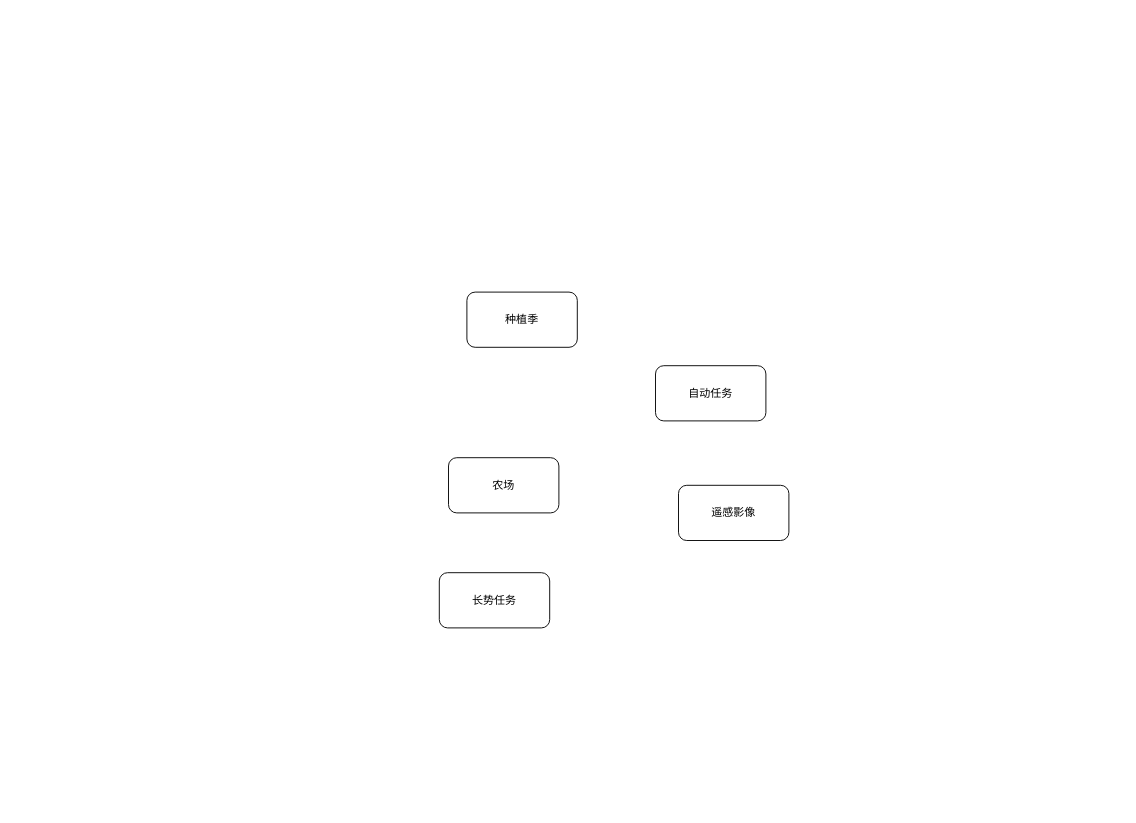
The draw.io diagram 数据库关系.drawio in RK-JD/DrawIO, before the edit. Source tidied: cells renumbered, new cells numbered last; positions are measured from the earlier drawing's top-left corner, leaving out a move shared by most shapes. Both pictures are drawn from the tidied source at 92%, with x=0, y=0 at pixel (439, 292).
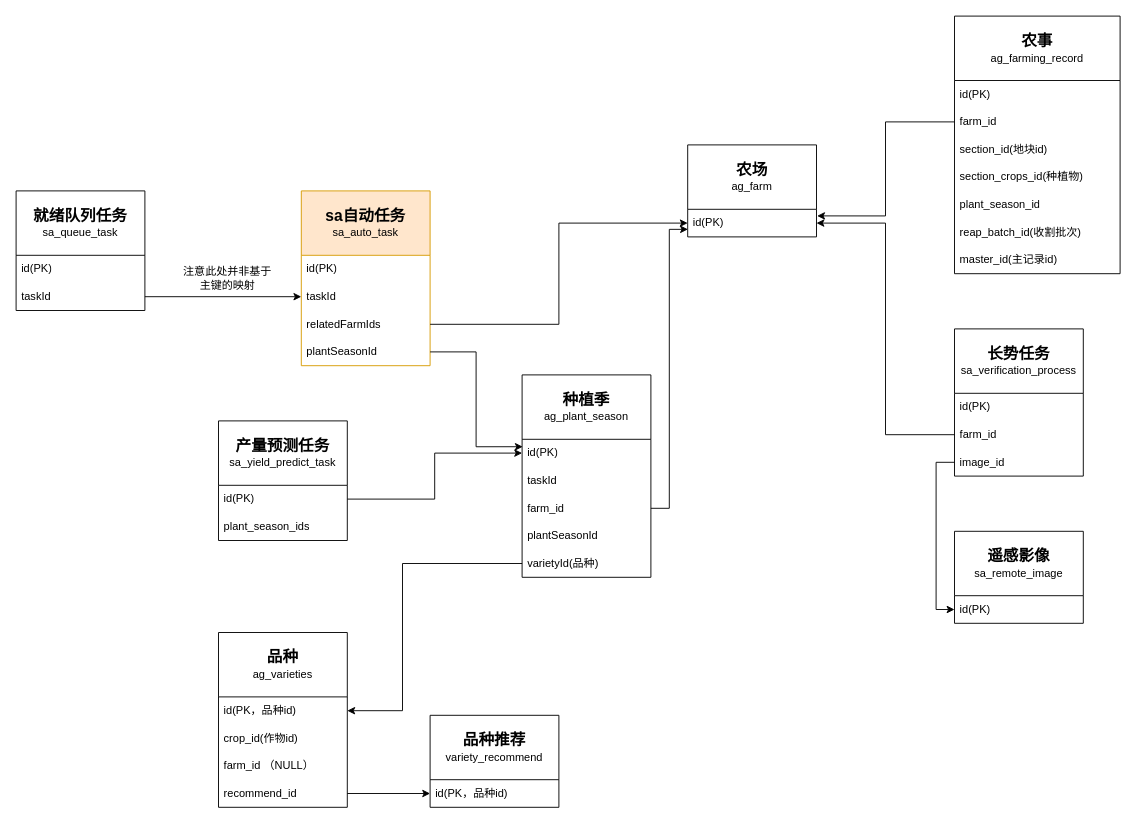
The same page after the edit.

Commit message:
更新数据库关系.drawio

What changed in the source:
```diff
@@
-    <mxCell id="2" value="种植季" style="rounded=1;whiteSpace=wrap;html=1;" parent="1" vertex="1">
-      <mxGeometry x="30" width="120" height="60" as="geometry" />
-    </mxCell>
-    <mxCell id="3" value="农场" style="rounded=1;whiteSpace=wrap;html=1;" parent="1" vertex="1">
-      <mxGeometry x="10" y="180" width="120" height="60" as="geometry" />
-    </mxCell>
-    <mxCell id="4" value="长势任务" style="rounded=1;whiteSpace=wrap;html=1;" parent="1" vertex="1">
-      <mxGeometry y="305" width="120" height="60" as="geometry" />
-    </mxCell>
-    <mxCell id="5" value="遥感影像" style="rounded=1;whiteSpace=wrap;html=1;" parent="1" vertex="1">
-      <mxGeometry x="260" y="210" width="120" height="60" as="geometry" />
-    </mxCell>
-    <mxCell id="6" value="自动任务" style="rounded=1;whiteSpace=wrap;html=1;" parent="1" vertex="1">
-      <mxGeometry x="235" y="80" width="120" height="60" as="geometry" />
-    </mxCell>
+    <mxCell id="7" value="&lt;b&gt;&lt;font style=&quot;font-size: 17px;&quot;&gt;sa自动任务&lt;/font&gt;&lt;/b&gt;&lt;div&gt;sa_auto_task&lt;/div&gt;" style="swimlane;fontStyle=0;horizontal=1;startSize=70;whiteSpace=wrap;html=1;fillColor=#ffe6cc;strokeColor=#d79b00;" parent="1" vertex="1">
+      <mxGeometry x="-150" y="-110" width="140" height="190" as="geometry" />
+    </mxCell>
+    <mxCell id="8" value="id(PK)" style="text;strokeColor=none;fillColor=none;align=left;verticalAlign=middle;spacingLeft=4;spacingRight=4;overflow=hidden;whiteSpace=wrap;html=1;" parent="7" vertex="1">
+      <mxGeometry y="70" width="140" height="30" as="geometry" />
+    </mxCell>
+    <mxCell id="9" value="taskId" style="text;strokeColor=none;fillColor=none;align=left;verticalAlign=middle;spacingLeft=4;spacingRight=4;overflow=hidden;points=[[0,0.5],[1,0.5]];portConstraint=eastwest;whiteSpace=wrap;html=1;" parent="7" vertex="1">
+      <mxGeometry y="100" width="140" height="30" as="geometry" />
+    </mxCell>
+    <mxCell id="10" value="relatedFarmId&lt;span style=&quot;background-color: initial;&quot;&gt;s&lt;/span&gt;" style="text;strokeColor=none;fillColor=none;align=left;verticalAlign=middle;spacingLeft=4;spacingRight=4;overflow=hidden;points=[[0,0.5],[1,0.5]];portConstraint=eastwest;whiteSpace=wrap;html=1;" parent="7" vertex="1">
+      <mxGeometry y="130" width="140" height="30" as="geometry" />
+    </mxCell>
+    <mxCell id="11" value="plantSeasonId" style="text;strokeColor=none;fillColor=none;align=left;verticalAlign=middle;spacingLeft=4;spacingRight=4;overflow=hidden;points=[[0,0.5],[1,0.5]];portConstraint=eastwest;whiteSpace=wrap;html=1;" parent="7" vertex="1">
+      <mxGeometry y="160" width="140" height="30" as="geometry" />
+    </mxCell>
+    <mxCell id="12" value="&lt;b&gt;&lt;font style=&quot;font-size: 17px;&quot;&gt;遥感影像&lt;/font&gt;&lt;/b&gt;&lt;div&gt;sa_remote_image&lt;/div&gt;" style="swimlane;fontStyle=0;horizontal=1;startSize=70;whiteSpace=wrap;html=1;" parent="1" vertex="1">
+      <mxGeometry x="560" y="260" width="140" height="100" as="geometry" />
+    </mxCell>
+    <mxCell id="13" value="id(PK)" style="text;strokeColor=none;fillColor=none;align=left;verticalAlign=middle;spacingLeft=4;spacingRight=4;overflow=hidden;points=[[0,0.5],[1,0.5]];portConstraint=eastwest;whiteSpace=wrap;html=1;" parent="12" vertex="1">
+      <mxGeometry y="70" width="140" height="30" as="geometry" />
+    </mxCell>
+    <mxCell id="14" value="&lt;font style=&quot;font-size: 17px;&quot;&gt;&lt;b&gt;就绪队列任务&lt;/b&gt;&lt;/font&gt;&lt;div&gt;sa_queue_task&lt;/div&gt;" style="swimlane;fontStyle=0;horizontal=1;startSize=70;whiteSpace=wrap;html=1;" parent="1" vertex="1">
+      <mxGeometry x="-460" y="-110" width="140" height="130" as="geometry" />
+    </mxCell>
+    <mxCell id="15" value="id(PK)" style="text;strokeColor=none;fillColor=none;align=left;verticalAlign=middle;spacingLeft=4;spacingRight=4;overflow=hidden;whiteSpace=wrap;html=1;" parent="14" vertex="1">
+      <mxGeometry y="70" width="140" height="30" as="geometry" />
+    </mxCell>
+    <mxCell id="16" value="taskId" style="text;strokeColor=none;fillColor=none;align=left;verticalAlign=middle;spacingLeft=4;spacingRight=4;overflow=hidden;points=[[0,0.5],[1,0.5]];portConstraint=eastwest;whiteSpace=wrap;html=1;" parent="14" vertex="1">
+      <mxGeometry y="100" width="140" height="30" as="geometry" />
+    </mxCell>
+    <mxCell id="17" value="&lt;div&gt;&lt;b&gt;&lt;font style=&quot;font-size: 17px;&quot;&gt;农事&lt;/font&gt;&lt;/b&gt;&lt;/div&gt;&lt;div&gt;&lt;span style=&quot;text-align: left;&quot;&gt;ag_farming_record&lt;/span&gt;&lt;br&gt;&lt;/div&gt;" style="swimlane;fontStyle=0;horizontal=1;startSize=70;whiteSpace=wrap;html=1;" parent="1" vertex="1">
+      <mxGeometry x="560" y="-300" width="180" height="280" as="geometry" />
+    </mxCell>
+    <mxCell id="18" value="id(PK)" style="text;strokeColor=none;fillColor=none;align=left;verticalAlign=middle;spacingLeft=4;spacingRight=4;overflow=hidden;whiteSpace=wrap;html=1;" parent="17" vertex="1">
+      <mxGeometry y="70" width="180" height="30" as="geometry" />
+    </mxCell>
+    <mxCell id="19" value="farm_id" style="text;strokeColor=none;fillColor=none;align=left;verticalAlign=middle;spacingLeft=4;spacingRight=4;overflow=hidden;points=[[0,0.5],[1,0.5]];portConstraint=eastwest;whiteSpace=wrap;html=1;" parent="17" vertex="1">
+      <mxGeometry y="100" width="180" height="30" as="geometry" />
+    </mxCell>
+    <mxCell id="20" value="section_id(地块id)" style="text;strokeColor=none;fillColor=none;align=left;verticalAlign=middle;spacingLeft=4;spacingRight=4;overflow=hidden;whiteSpace=wrap;html=1;" parent="17" vertex="1">
+      <mxGeometry y="130" width="180" height="30" as="geometry" />
+    </mxCell>
+    <mxCell id="21" value="section_crops_id(种植物)" style="text;strokeColor=none;fillColor=none;align=left;verticalAlign=middle;spacingLeft=4;spacingRight=4;overflow=hidden;whiteSpace=wrap;html=1;" parent="17" vertex="1">
+      <mxGeometry y="160" width="180" height="30" as="geometry" />
+    </mxCell>
+    <mxCell id="22" value="plant_season_id" style="text;strokeColor=none;fillColor=none;align=left;verticalAlign=middle;spacingLeft=4;spacingRight=4;overflow=hidden;whiteSpace=wrap;html=1;" parent="17" vertex="1">
+      <mxGeometry y="190" width="180" height="30" as="geometry" />
+    </mxCell>
+    <mxCell id="23" value="reap_batch_id(收割批次)" style="text;strokeColor=none;fillColor=none;align=left;verticalAlign=middle;spacingLeft=4;spacingRight=4;overflow=hidden;whiteSpace=wrap;html=1;" parent="17" vertex="1">
+      <mxGeometry y="220" width="180" height="30" as="geometry" />
+    </mxCell>
+    <mxCell id="24" value="master_id(主记录id)" style="text;strokeColor=none;fillColor=none;align=left;verticalAlign=middle;spacingLeft=4;spacingRight=4;overflow=hidden;whiteSpace=wrap;html=1;" parent="17" vertex="1">
+      <mxGeometry y="250" width="180" height="30" as="geometry" />
+    </mxCell>
+    <mxCell id="25" value="&lt;b&gt;&lt;font style=&quot;font-size: 17px;&quot;&gt;产量预测任务&lt;/font&gt;&lt;/b&gt;&lt;div&gt;&lt;span style=&quot;text-align: left;&quot;&gt;sa_yield_predict_task&lt;/span&gt;&lt;br&gt;&lt;/div&gt;" style="swimlane;fontStyle=0;horizontal=1;startSize=70;whiteSpace=wrap;html=1;" parent="1" vertex="1">
+      <mxGeometry x="-240" y="140" width="140" height="130" as="geometry" />
+    </mxCell>
+    <mxCell id="26" value="id(PK)" style="text;strokeColor=none;fillColor=none;align=left;verticalAlign=middle;spacingLeft=4;spacingRight=4;overflow=hidden;points=[[0,0.5],[1,0.5]];portConstraint=eastwest;whiteSpace=wrap;html=1;" parent="25" vertex="1">
+      <mxGeometry y="70" width="140" height="30" as="geometry" />
+    </mxCell>
+    <mxCell id="27" value="plant_season_ids" style="text;strokeColor=none;fillColor=none;align=left;verticalAlign=middle;spacingLeft=4;spacingRight=4;overflow=hidden;whiteSpace=wrap;html=1;" parent="25" vertex="1">
+      <mxGeometry y="100" width="140" height="30" as="geometry" />
+    </mxCell>
+    <mxCell id="28" value="&lt;span style=&quot;font-size: 17px;&quot;&gt;&lt;b&gt;农场&lt;/b&gt;&lt;/span&gt;&lt;br&gt;&lt;div&gt;ag_farm&lt;/div&gt;" style="swimlane;fontStyle=0;horizontal=1;startSize=70;whiteSpace=wrap;html=1;" parent="1" vertex="1">
+      <mxGeometry x="270" y="-160" width="140" height="100" as="geometry" />
+    </mxCell>
+    <mxCell id="29" value="id(PK)" style="text;strokeColor=none;fillColor=none;align=left;verticalAlign=middle;spacingLeft=4;spacingRight=4;overflow=hidden;points=[[0,0.5],[1,0.5]];portConstraint=eastwest;whiteSpace=wrap;html=1;" parent="28" vertex="1">
+      <mxGeometry y="70" width="140" height="30" as="geometry" />
+    </mxCell>
+    <mxCell id="30" style="edgeStyle=orthogonalEdgeStyle;rounded=0;jettySize=auto;html=1;exitX=1;exitY=0.5;exitDx=0;exitDy=0;entryX=0;entryY=0.5;entryDx=0;entryDy=0;" parent="1" edge="1" source="10" target="29">
+      <mxGeometry relative="1" as="geometry" />
+    </mxCell>
+    <mxCell id="31" value="&lt;span style=&quot;font-size: 17px;&quot;&gt;&lt;b&gt;种植季&lt;/b&gt;&lt;/span&gt;&lt;br&gt;&lt;div&gt;ag_plant_season&lt;br&gt;&lt;/div&gt;" style="swimlane;fontStyle=0;horizontal=1;startSize=70;whiteSpace=wrap;html=1;" parent="1" vertex="1">
+      <mxGeometry x="90" y="90" width="140" height="220" as="geometry" />
+    </mxCell>
+    <mxCell id="32" value="id(PK)" style="text;strokeColor=none;fillColor=none;align=left;verticalAlign=middle;spacingLeft=4;spacingRight=4;overflow=hidden;points=[[0,0.5],[1,0.5]];portConstraint=eastwest;whiteSpace=wrap;html=1;" parent="31" vertex="1">
+      <mxGeometry y="70" width="140" height="30" as="geometry" />
+    </mxCell>
+    <mxCell id="33" value="taskId" style="text;strokeColor=none;fillColor=none;align=left;verticalAlign=middle;spacingLeft=4;spacingRight=4;overflow=hidden;whiteSpace=wrap;html=1;" parent="31" vertex="1">
+      <mxGeometry y="100" width="140" height="30" as="geometry" />
+    </mxCell>
+    <mxCell id="34" value="farm_id&amp;nbsp;" style="text;strokeColor=none;fillColor=none;align=left;verticalAlign=middle;spacingLeft=4;spacingRight=4;overflow=hidden;points=[[0,0.5],[1,0.5]];portConstraint=eastwest;whiteSpace=wrap;html=1;" parent="31" vertex="1">
+      <mxGeometry y="130" width="140" height="30" as="geometry" />
+    </mxCell>
+    <mxCell id="35" value="plantSeasonId" style="text;strokeColor=none;fillColor=none;align=left;verticalAlign=middle;spacingLeft=4;spacingRight=4;overflow=hidden;whiteSpace=wrap;html=1;" parent="31" vertex="1">
+      <mxGeometry y="160" width="140" height="30" as="geometry" />
+    </mxCell>
+    <mxCell id="36" value="varietyId(品种)" style="text;strokeColor=none;fillColor=none;align=left;verticalAlign=middle;spacingLeft=4;spacingRight=4;overflow=hidden;points=[[0,0.5],[1,0.5]];portConstraint=eastwest;whiteSpace=wrap;html=1;" parent="31" vertex="1">
+      <mxGeometry y="190" width="140" height="30" as="geometry" />
+    </mxCell>
+    <mxCell id="37" style="edgeStyle=orthogonalEdgeStyle;rounded=0;jettySize=auto;html=1;exitX=1;exitY=0.5;exitDx=0;exitDy=0;entryX=0.005;entryY=0.269;entryDx=0;entryDy=0;entryPerimeter=0;" parent="1" edge="1" source="11" target="32">
+      <mxGeometry relative="1" as="geometry" />
+    </mxCell>
+    <mxCell id="38" style="edgeStyle=orthogonalEdgeStyle;rounded=0;jettySize=auto;html=1;exitX=1;exitY=0.5;exitDx=0;exitDy=0;entryX=0.002;entryY=0.726;entryDx=0;entryDy=0;entryPerimeter=0;" parent="1" edge="1" source="34" target="29">
+      <mxGeometry relative="1" as="geometry" />
+    </mxCell>
+    <mxCell id="39" value="&lt;span style=&quot;font-size: 17px;&quot;&gt;&lt;b&gt;长势任务&lt;/b&gt;&lt;/span&gt;&lt;br&gt;&lt;div&gt;&lt;span style=&quot;text-align: left;&quot;&gt;sa_verification_process&lt;/span&gt;&lt;br&gt;&lt;/div&gt;" style="swimlane;fontStyle=0;horizontal=1;startSize=70;whiteSpace=wrap;html=1;" parent="1" vertex="1">
+      <mxGeometry x="560" y="40" width="140" height="160" as="geometry" />
+    </mxCell>
+    <mxCell id="40" value="id(PK)" style="text;strokeColor=none;fillColor=none;align=left;verticalAlign=middle;spacingLeft=4;spacingRight=4;overflow=hidden;whiteSpace=wrap;html=1;" parent="39" vertex="1">
+      <mxGeometry y="70" width="140" height="30" as="geometry" />
+    </mxCell>
+    <mxCell id="41" value="farm_id" style="text;strokeColor=none;fillColor=none;align=left;verticalAlign=middle;spacingLeft=4;spacingRight=4;overflow=hidden;points=[[0,0.5],[1,0.5]];portConstraint=eastwest;whiteSpace=wrap;html=1;" parent="39" vertex="1">
+      <mxGeometry y="100" width="140" height="30" as="geometry" />
+    </mxCell>
+    <mxCell id="42" value="image_id" style="text;strokeColor=none;fillColor=none;align=left;verticalAlign=middle;spacingLeft=4;spacingRight=4;overflow=hidden;points=[[0,0.5],[1,0.5]];portConstraint=eastwest;whiteSpace=wrap;html=1;" parent="39" vertex="1">
+      <mxGeometry y="130" width="140" height="30" as="geometry" />
+    </mxCell>
+    <mxCell id="43" style="edgeStyle=orthogonalEdgeStyle;rounded=0;jettySize=auto;html=1;exitX=0;exitY=0.5;exitDx=0;exitDy=0;entryX=0;entryY=0.5;entryDx=0;entryDy=0;" parent="1" edge="1" source="42" target="13">
+      <mxGeometry relative="1" as="geometry" />
+    </mxCell>
+    <mxCell id="44" style="edgeStyle=orthogonalEdgeStyle;rounded=0;jettySize=auto;html=1;exitX=1;exitY=0.5;exitDx=0;exitDy=0;entryX=0;entryY=0.5;entryDx=0;entryDy=0;" parent="1" edge="1" source="16" target="9">
+      <mxGeometry relative="1" as="geometry" />
+    </mxCell>
+    <mxCell id="45" value="注意此处并非基于主键的映射" style="text;html=1;align=center;verticalAlign=middle;whiteSpace=wrap;rounded=0;" parent="1" vertex="1">
+      <mxGeometry x="-280" y="-30" width="100" height="30" as="geometry" />
+    </mxCell>
+    <mxCell id="46" style="edgeStyle=orthogonalEdgeStyle;rounded=0;jettySize=auto;html=1;exitX=0;exitY=0.5;exitDx=0;exitDy=0;entryX=1;entryY=0.5;entryDx=0;entryDy=0;" parent="1" edge="1" source="41" target="29">
+      <mxGeometry relative="1" as="geometry" />
+    </mxCell>
+    <mxCell id="47" style="edgeStyle=orthogonalEdgeStyle;rounded=0;jettySize=auto;html=1;exitX=1;exitY=0.5;exitDx=0;exitDy=0;entryX=0;entryY=0.5;entryDx=0;entryDy=0;" parent="1" edge="1" source="26" target="32">
+      <mxGeometry relative="1" as="geometry" />
+    </mxCell>
+    <mxCell id="48" style="edgeStyle=orthogonalEdgeStyle;rounded=0;jettySize=auto;html=1;exitX=0;exitY=0.5;exitDx=0;exitDy=0;entryX=1.005;entryY=0.239;entryDx=0;entryDy=0;entryPerimeter=0;" parent="1" edge="1" source="19" target="29">
+      <mxGeometry relative="1" as="geometry" />
+    </mxCell>
+    <mxCell id="49" value="&lt;span style=&quot;font-size: 17px;&quot;&gt;&lt;b&gt;品种&lt;/b&gt;&lt;/span&gt;&lt;br&gt;&lt;div&gt;ag_varieties&lt;br&gt;&lt;/div&gt;" style="swimlane;fontStyle=0;horizontal=1;startSize=70;whiteSpace=wrap;html=1;" parent="1" vertex="1">
+      <mxGeometry x="-240" y="370" width="140" height="190" as="geometry" />
+    </mxCell>
+    <mxCell id="50" value="id(PK，品种id)" style="text;strokeColor=none;fillColor=none;align=left;verticalAlign=middle;spacingLeft=4;spacingRight=4;overflow=hidden;points=[[0,0.5],[1,0.5]];portConstraint=eastwest;whiteSpace=wrap;html=1;" parent="49" vertex="1">
+      <mxGeometry y="70" width="140" height="30" as="geometry" />
+    </mxCell>
+    <mxCell id="51" value="crop_id(作物id)" style="text;strokeColor=none;fillColor=none;align=left;verticalAlign=middle;spacingLeft=4;spacingRight=4;overflow=hidden;whiteSpace=wrap;html=1;" parent="49" vertex="1">
+      <mxGeometry y="100" width="140" height="30" as="geometry" />
+    </mxCell>
+    <mxCell id="52" value="farm_id （NULL）" style="text;strokeColor=none;fillColor=none;align=left;verticalAlign=middle;spacingLeft=4;spacingRight=4;overflow=hidden;whiteSpace=wrap;html=1;" parent="49" vertex="1">
+      <mxGeometry y="130" width="140" height="30" as="geometry" />
+    </mxCell>
+    <mxCell id="53" value="&lt;span style=&quot;text-align: center;&quot;&gt;re&lt;/span&gt;commend_id&amp;nbsp;" style="text;strokeColor=none;fillColor=none;align=left;verticalAlign=middle;spacingLeft=4;spacingRight=4;overflow=hidden;points=[[0,0.5],[1,0.5]];portConstraint=eastwest;whiteSpace=wrap;html=1;" parent="49" vertex="1">
+      <mxGeometry y="160" width="140" height="30" as="geometry" />
+    </mxCell>
+    <mxCell id="54" style="edgeStyle=orthogonalEdgeStyle;rounded=0;jettySize=auto;html=1;exitX=0;exitY=0.5;exitDx=0;exitDy=0;entryX=1;entryY=0.5;entryDx=0;entryDy=0;" parent="1" edge="1" source="36" target="50">
+      <mxGeometry relative="1" as="geometry">
+        <Array as="points">
+          <mxPoint x="-40" y="295" />
+          <mxPoint x="-40" y="455" />
+        </Array>
+      </mxGeometry>
+    </mxCell>
+    <mxCell id="55" value="&lt;span style=&quot;font-size: 17px;&quot;&gt;&lt;b&gt;品种推荐&lt;/b&gt;&lt;/span&gt;&lt;br&gt;&lt;div&gt;variety_&lt;span style=&quot;background-color: initial;&quot;&gt;reco&lt;/span&gt;&lt;span style=&quot;text-align: left; background-color: initial;&quot;&gt;m&lt;/span&gt;&lt;span style=&quot;text-align: left; background-color: initial;&quot;&gt;mend&lt;/span&gt;&lt;br&gt;&lt;/div&gt;" style="swimlane;fontStyle=0;horizontal=1;startSize=70;whiteSpace=wrap;html=1;" parent="1" vertex="1">
+      <mxGeometry x="-10" y="460" width="140" height="100" as="geometry" />
+    </mxCell>
+    <mxCell id="56" value="id(PK，品种id)" style="text;strokeColor=none;fillColor=none;align=left;verticalAlign=middle;spacingLeft=4;spacingRight=4;overflow=hidden;points=[[0,0.5],[1,0.5]];portConstraint=eastwest;whiteSpace=wrap;html=1;" parent="55" vertex="1">
+      <mxGeometry y="70" width="140" height="30" as="geometry" />
+    </mxCell>
+    <mxCell id="57" style="edgeStyle=orthogonalEdgeStyle;rounded=0;jettySize=auto;html=1;exitX=1;exitY=0.5;exitDx=0;exitDy=0;entryX=0;entryY=0.5;entryDx=0;entryDy=0;" parent="1" edge="1" source="53" target="56">
+      <mxGeometry relative="1" as="geometry" />
+    </mxCell>
```
